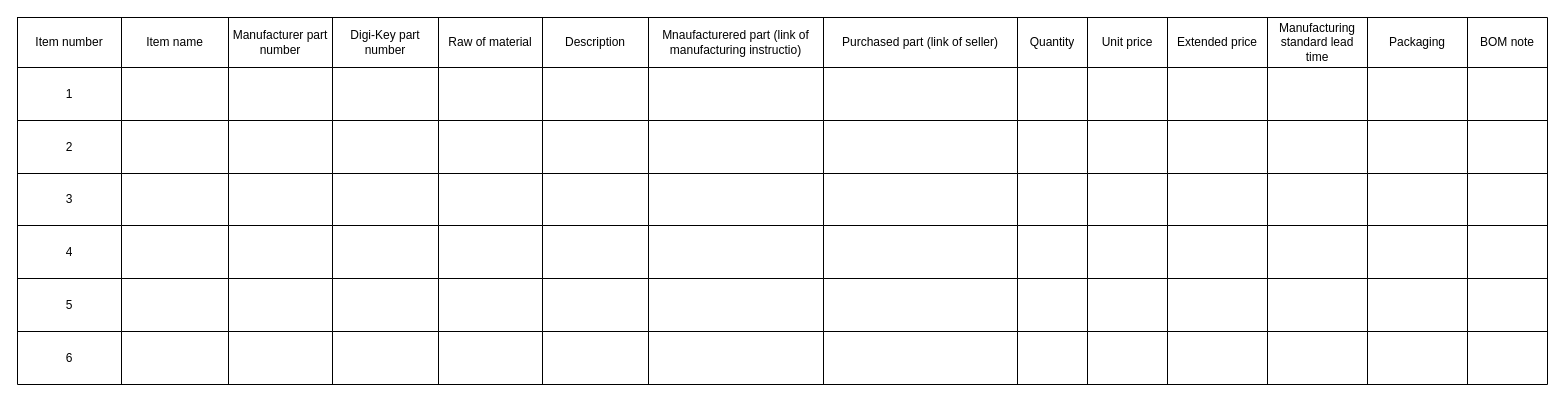
amerezoji1362/drawio-github keeps this draw.io diagram as BOM template.drawio. Above is the earlier version. Source tidied: cells renumbered, new cells numbered last; positions are measured from the earlier drawing's top-left corner, leaving out a move shared by most shapes. Both pictures are drawn from the tidied source at 100%, with x=0, y=0 at pixel (17, 17).
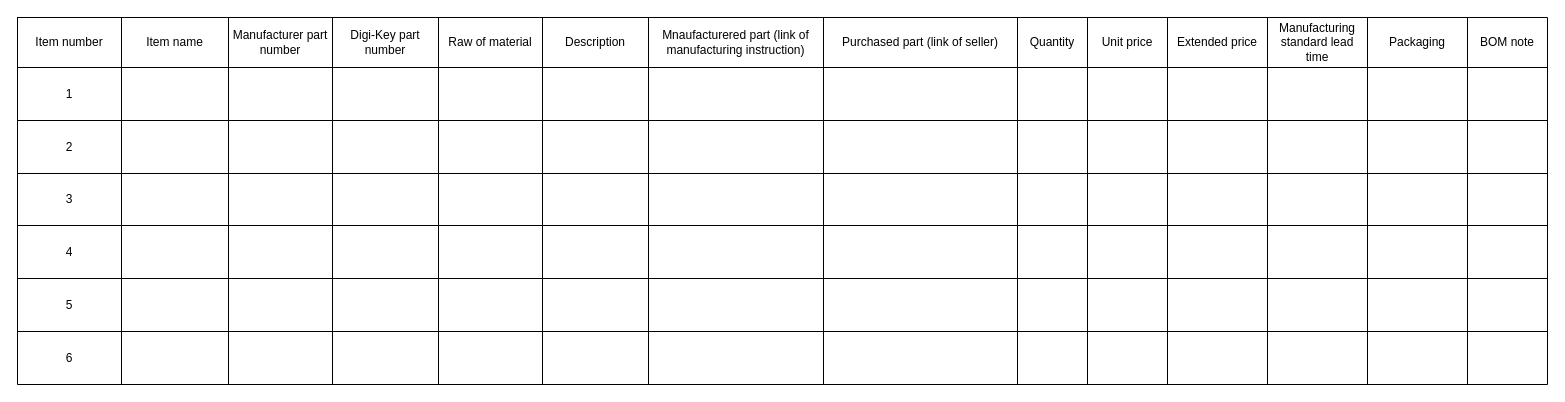
The same diagram, later.

The change refers to these unchanged cells:
```xml
<mxCell id="3" style="shape=partialRectangle;fillColor=none;top=0;left=0;bottom=0;right=0;" parent="2" vertex="1">
  <mxGeometry width="1530" height="50" as="geometry" />
</mxCell>
```

The edit, as a diff of the source:
```diff
@@
-    <mxCell id="10" value="Mnaufacturered part (link of manufacturing instructio) " style="shape=partialRectangle;html=1;whiteSpace=wrap;overflow=hidden;fillColor=none;top=0;left=0;bottom=0;right=0;" parent="3" vertex="1">
+    <mxCell id="10" value="Mnaufacturered part (link of manufacturing instruction) " style="shape=partialRectangle;html=1;whiteSpace=wrap;overflow=hidden;fillColor=none;top=0;left=0;bottom=0;right=0;" parent="3" vertex="1">
       <mxGeometry x="631" width="175" height="50" as="geometry" />
     </mxCell>
```
